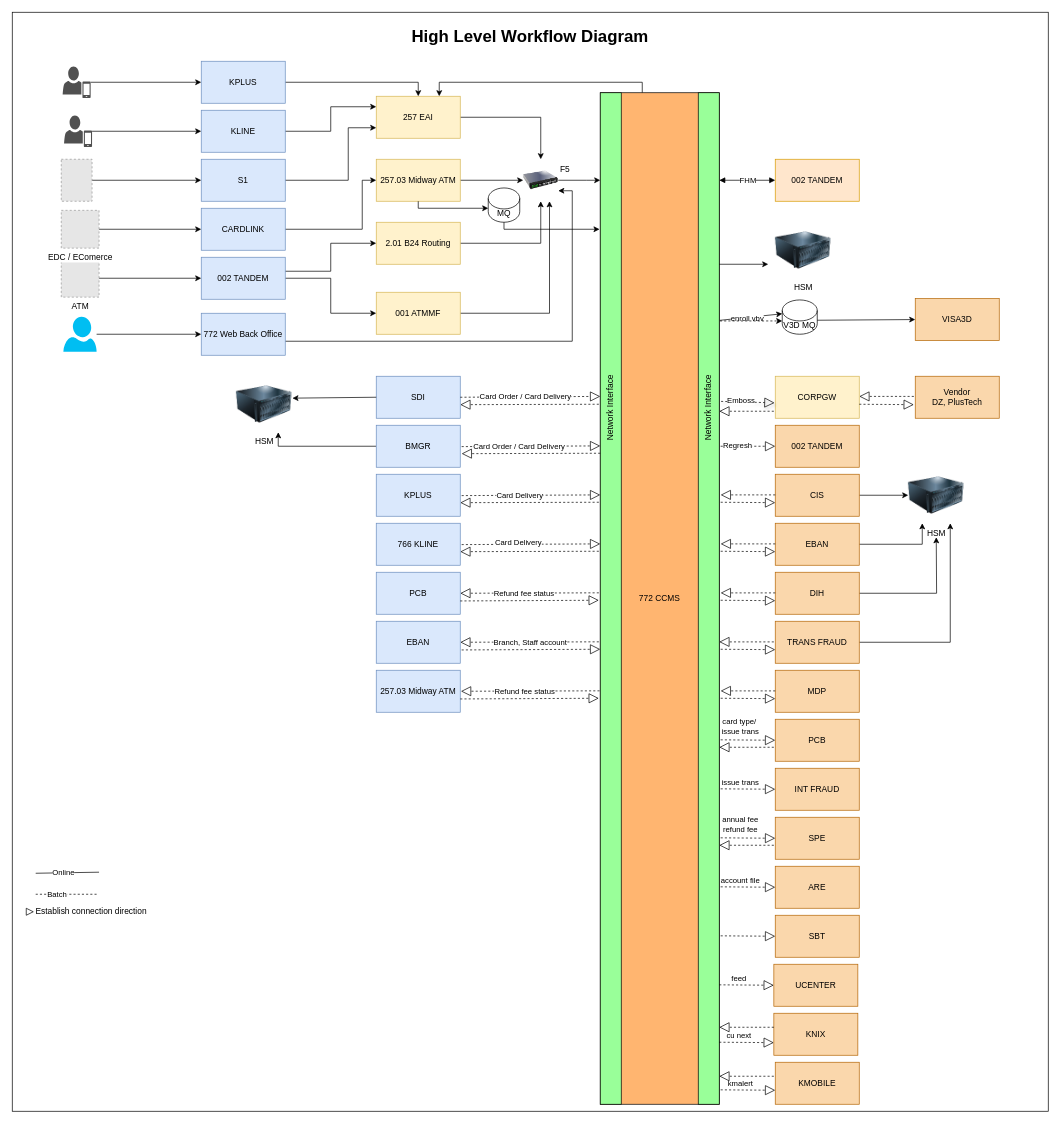
chawaratr/drawio keeps this draw.io diagram as page "High Level Diagram" (2 of 8) of CCMS_Diagram.drawio. Above is the earlier version. Source tidied: cells renumbered, new cells numbered last; positions are measured from the earlier drawing's top-left corner, leaving out a move shared by most shapes. Both pictures are drawn from the tidied source at 70%, with x=0, y=0 at pixel (12, 12). Pictures stored in the file or linked from it are replaced by grey dashed boxes.
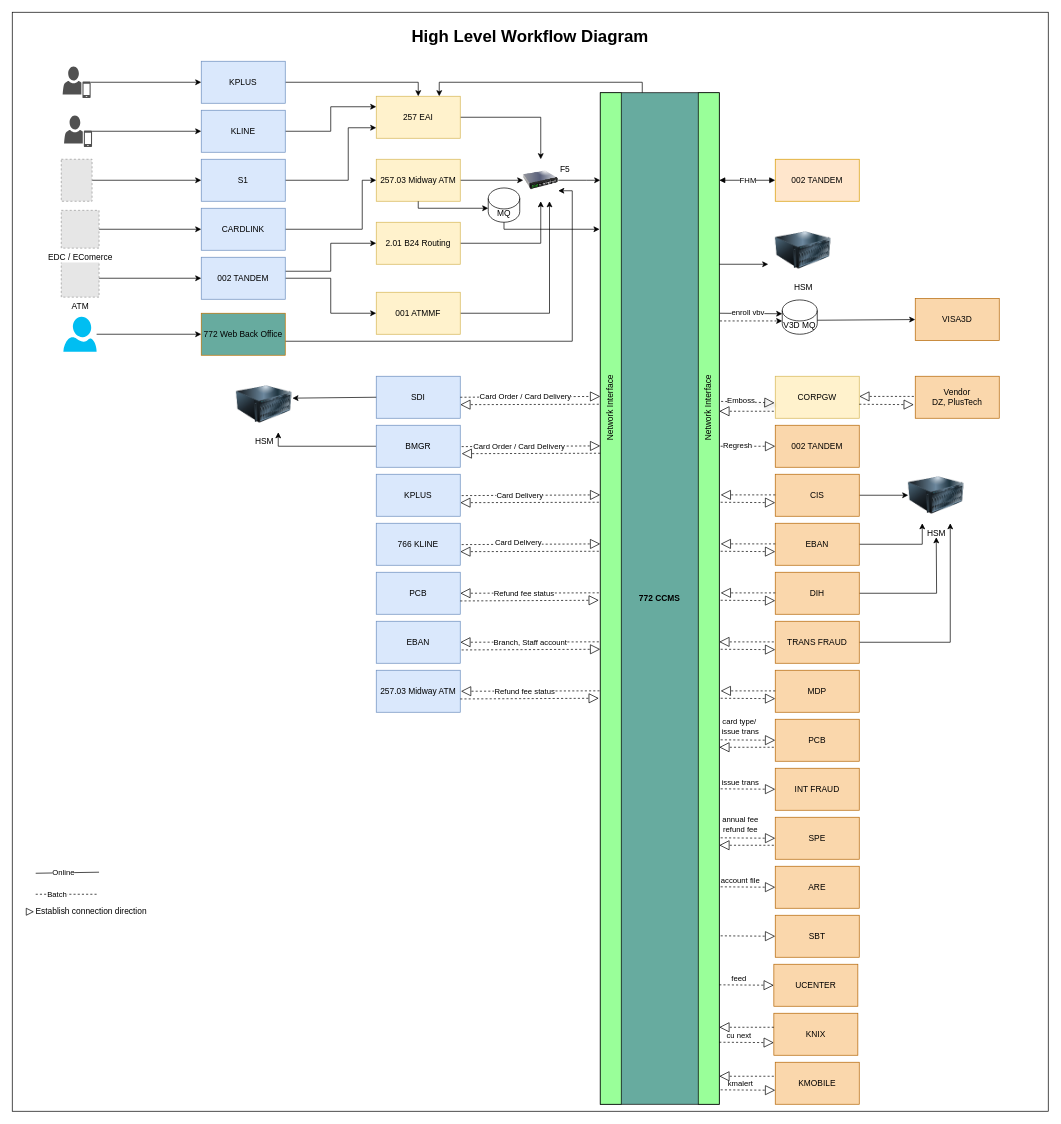
The same page after the edit.

Commit message:
upd style color

Unchanged cells that the change refers to:
```xml
<mxCell id="63" style="rounded=0;whiteSpace=wrap;html=1;fillColor=#99FF99;" parent="1" vertex="1">
  <mxGeometry x="980" y="115" width="30" height="1445" as="geometry" />
</mxCell>
<mxCell id="139" value="V3D MQ" style="shape=cylinder3;whiteSpace=wrap;html=1;boundedLbl=1;backgroundOutline=1;size=15;" parent="1" vertex="1">
  <mxGeometry x="1100" y="411" width="50" height="49" as="geometry" />
</mxCell>
```

Change to the diagram source:
```diff
@@
-    <mxCell id="4" value="772 CCMS" style="rounded=0;whiteSpace=wrap;html=1;fillColor=#FFB570;" parent="1" vertex="1">
+    <mxCell id="4" value="&lt;h4&gt;772 CCMS&lt;/h4&gt;" style="rounded=0;whiteSpace=wrap;html=1;fillColor=#67AB9F;" parent="1" vertex="1">
       <mxGeometry x="840" y="115" width="170" height="1445" as="geometry" />
     </mxCell>
@@
-    <mxCell id="80" value="772 Web Back Office" style="rounded=0;whiteSpace=wrap;html=1;fillColor=#dae8fc;strokeColor=#6c8ebf;" parent="1" vertex="1">
+    <mxCell id="80" value="772 Web Back Office" style="rounded=0;whiteSpace=wrap;html=1;fillColor=light-dark(#67AB9F,#9A5800);strokeColor=#BD7000;fontColor=#000000;" parent="1" vertex="1">
       <mxGeometry x="270" y="430" width="120" height="60" as="geometry" />
     </mxCell>
@@
-    <mxCell id="140" style="endArrow=classic;html=1;rounded=0;entryX=0;entryY=0;entryDx=0;entryDy=19.75;entryPerimeter=0;exitX=1.029;exitY=0.225;exitDx=0;exitDy=0;exitPerimeter=0;" parent="1" edge="1" source="63" target="139">
-      <mxGeometry relative="1" as="geometry" />
+    <mxCell id="140" style="endArrow=classic;html=1;rounded=0;entryX=0;entryY=0;entryDx=0;entryDy=19.75;entryPerimeter=0;" parent="1" edge="1" target="139">
+      <mxGeometry relative="1" as="geometry">
+        <mxPoint x="1011" y="430" as="sourcePoint" />
+      </mxGeometry>
     </mxCell>
```
